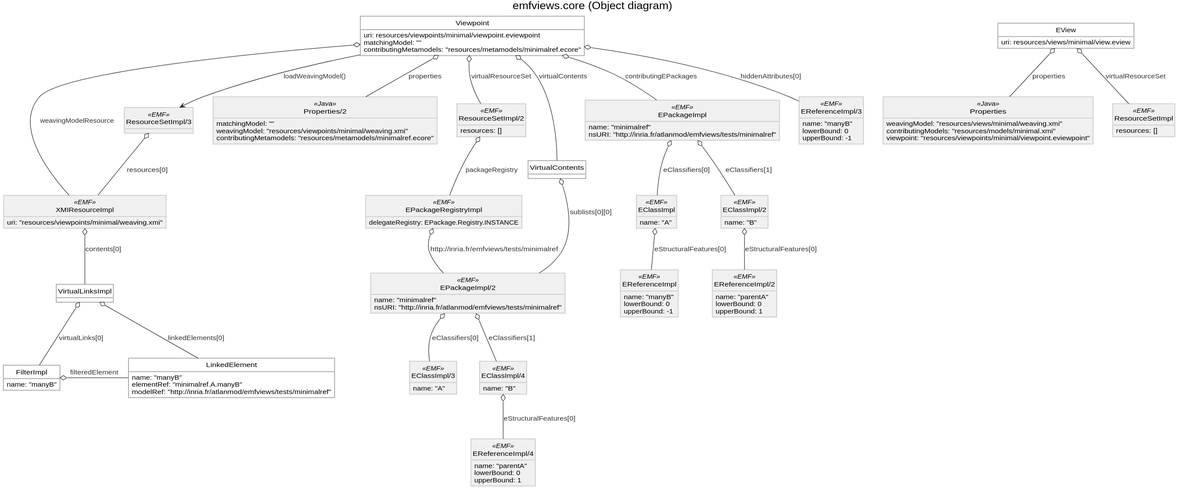
Before: doc/emfviews-object-diagram.svg, a diagram exported from PlantUML (fmdkdd/monoge).
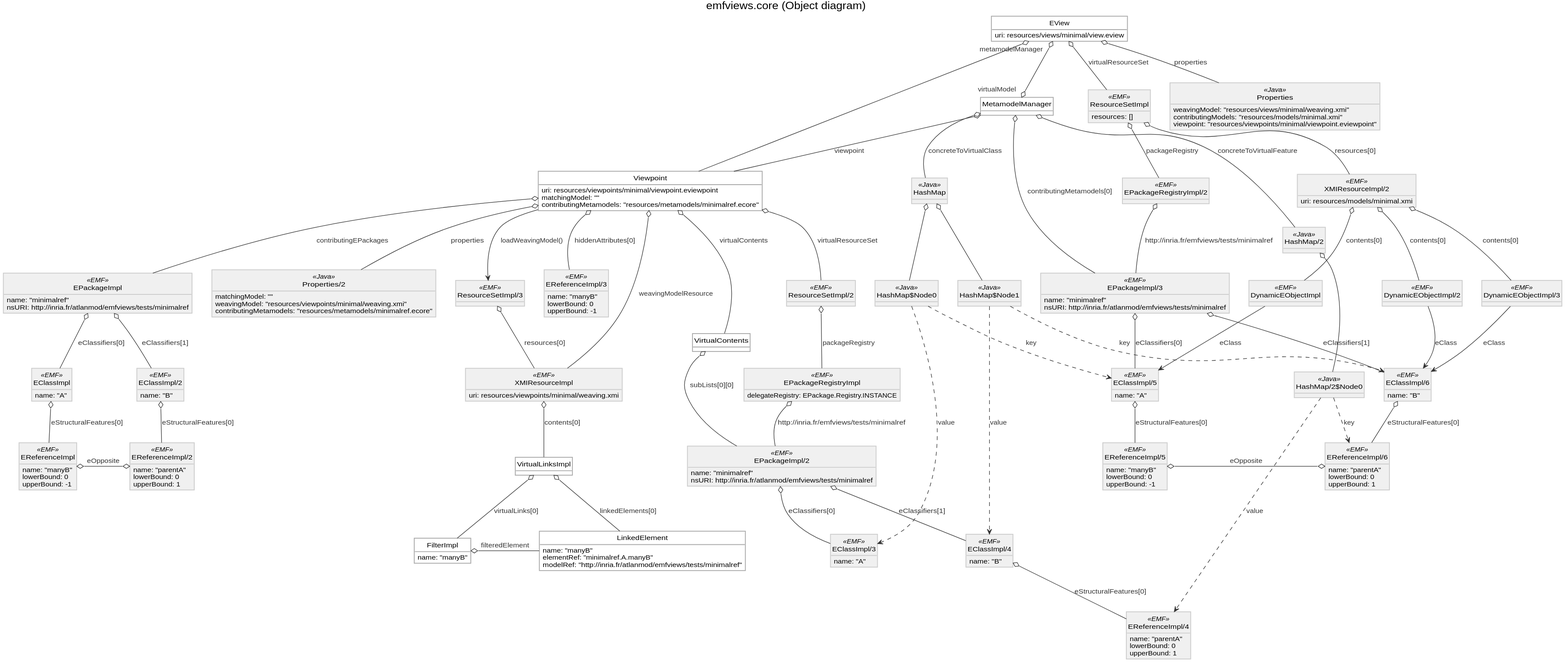
The same file after the commit.

Commit message:
Complete object diagram before VirtualLinkManager

The edit, as a diff of the source:
```diff
@@ -66,7 +66,6 @@
 }
 
 class ResourceSetImpl/2 <<EMF>> {
-  resources: []
 }
 
 class EPackageRegistryImpl <<EMF>> {
@@ -75,7 +74,7 @@
 
 class EPackageImpl <<EMF>> {
   name: "minimalref"
-  nsURI: "http://inria.fr/atlanmod/emfviews/tests/minimalref"
+  nsURI: http://inria.fr/atlanmod/emfviews/tests/minimalref
 }
 
 class EClassImpl <<EMF>> {
@@ -100,7 +99,7 @@
 
 class EPackageImpl/2 <<EMF>> {
   name: "minimalref"
-  nsURI: "http://inria.fr/atlanmod/emfviews/tests/minimalref"
+  nsURI: http://inria.fr/atlanmod/emfviews/tests/minimalref
 }
 
 class EClassImpl/3 <<EMF>> {
@@ -127,7 +126,7 @@
 }
 
 class XMIResourceImpl <<EMF>> {
-  uri: "resources/viewpoints/minimal/weaving.xmi"
+  uri: resources/viewpoints/minimal/weaving.xmi
 }
 
 class VirtualLinksImpl {
@@ -143,9 +142,66 @@
   name: "manyB"
 }
 
+class EPackageRegistryImpl/2 <<EMF>> {
+}
+
+class EPackageImpl/3 <<EMF>> {
+  name: "minimalref"
+  nsURI: http://inria.fr/atlanmod/emfviews/tests/minimalref
+}
+
+class EClassImpl/5 <<EMF>> {
+  name: "A"
+}
+
+class EReferenceImpl/5 <<EMF>> {
+  name: "manyB"
+  lowerBound: 0
+  upperBound: -1
+}
+
+class EClassImpl/6 <<EMF>> {
+  name: "B"
+}
+
+class EReferenceImpl/6 <<EMF>> {
+  name: "parentA"
+  lowerBound: 0
+  upperBound: 1
+}
+
+class HashMap <<Java>> {
+}
+
+class HashMap$Node0 <<Java>> {
+}
+
+class HashMap$Node1 <<Java>> {
+}
+
+class HashMap/2 <<Java>> {
+}
+
+class HashMap/2$Node0 <<Java>> {
+}
+
+class XMIResourceImpl/2 <<EMF>> {
+  uri: resources/models/minimal.xmi
+}
+
+class DynamicEObjectImpl <<EMF>> {
+}
+
+class DynamicEObjectImpl/2 <<EMF>> {
+}
+
+class DynamicEObjectImpl/3 <<EMF>> {
+}
+
 
 EView o-- Properties : properties
 EView o-- ResourceSetImpl : virtualResourceSet
+EView o-- Viewpoint
 
 Viewpoint o-- "Properties/2" : properties
 Viewpoint o-- "ResourceSetImpl/2" : virtualResourceSet
@@ -156,6 +212,8 @@
 
 EClassImpl o-- EReferenceImpl : eStructuralFeatures[0]
 "EClassImpl/2" o-- "EReferenceImpl/2" : eStructuralFeatures[0]
+
+EReferenceImpl o-o "EReferenceImpl/2" : eOpposite
 
 "ResourceSetImpl/2" o-- EPackageRegistryImpl : packageRegistry
 
@@ -179,7 +237,49 @@
 Viewpoint o-- "EReferenceImpl/3" : hiddenAttributes[0]
 Viewpoint o-- VirtualContents : virtualContents
 
-VirtualContents o-- "EPackageImpl/2" : sublists[0][0]
+VirtualContents o-- "EPackageImpl/2" : subLists[0][0]
+
+ResourceSetImpl o-- "EPackageRegistryImpl/2" : packageRegistry
+"EPackageRegistryImpl/2" o-- "EPackageImpl/3" : "http://inria.fr/emfviews/tests/minimalref"
+
+"EPackageImpl/3" o-- "EClassImpl/5" : eClassifiers[0]
+"EPackageImpl/3" o-- "EClassImpl/6" : eClassifiers[1]
+
+"EClassImpl/5" o-- "EReferenceImpl/5" : eStructuralFeatures[0]
+"EClassImpl/6" o-- "EReferenceImpl/6" : eStructuralFeatures[0]
+
+"EReferenceImpl/5" o-o "EReferenceImpl/6" : eOpposite
+
+EView "metamodelManager" o--o "virtualModel" MetamodelManager
+MetamodelManager o-- Viewpoint : viewpoint
+MetamodelManager o-- "EPackageImpl/3" : contributingMetamodels[0]
+
+MetamodelManager o-- HashMap : concreteToVirtualClass
+HashMap o-- HashMap$Node0
+HashMap o-- HashMap$Node1
+
+HashMap$Node0 ..> "EClassImpl/5" : key
+HashMap$Node0 ..> "EClassImpl/3" : value
+
+HashMap$Node1 ..> "EClassImpl/6" : key
+HashMap$Node1 ..> "EClassImpl/4" : value
+
+MetamodelManager o-- "HashMap/2" : concreteToVirtualFeature
+
+"HashMap/2" o-- "HashMap/2$Node0"
+"HashMap/2$Node0" ..> "EReferenceImpl/6" : key
+"HashMap/2$Node0" ..> "EReferenceImpl/4" : value
+
+ResourceSetImpl o-- "XMIResourceImpl/2" : resources[0]
+
+"XMIResourceImpl/2" o-- DynamicEObjectImpl : contents[0]
+"XMIResourceImpl/2" o-- "DynamicEObjectImpl/2" : contents[0]
+"XMIResourceImpl/2" o-- "DynamicEObjectImpl/3" : contents[0]
+
+DynamicEObjectImpl --> "EClassImpl/5" : eClass
+"DynamicEObjectImpl/2" --> "EClassImpl/6" : eClass
+"DynamicEObjectImpl/3" --> "EClassImpl/6" : eClass
+
 
 
 
```
